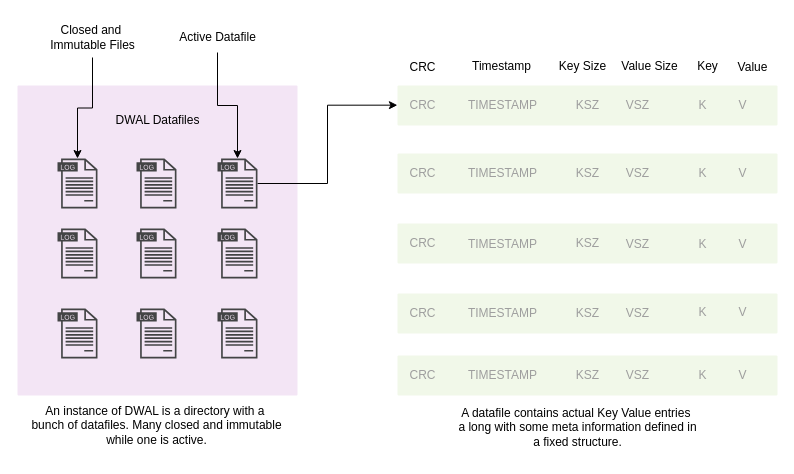
The draw.io diagram static/datafiles.drawio in Clivern/Langmore, before the edit. Source tidied: cells renumbered, new cells numbered last; positions are measured from the earlier drawing's top-left corner, leaving out a move shared by most shapes. Both pictures are drawn from the tidied source at 100%, with x=0, y=0 at pixel (17, 17).
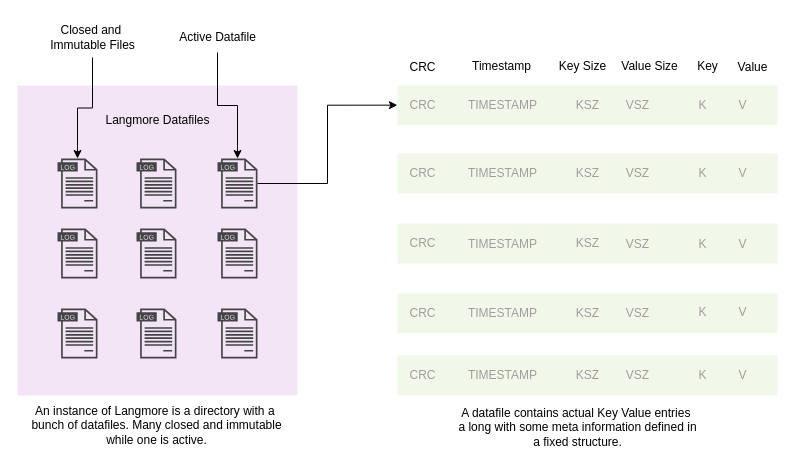
Above is the later version.

Change to the diagram source:
```diff
@@
-    <mxCell id="13" value="DWAL Datafiles" style="text;html=1;align=center;verticalAlign=middle;strokeColor=none;fillColor=none;" parent="1" vertex="1">
-      <mxGeometry x="85" y="88" width="110" height="30" as="geometry" />
+    <mxCell id="13" value="Langmore Datafiles" style="text;html=1;align=center;verticalAlign=middle;strokeColor=none;fillColor=none;" parent="1" vertex="1">
+      <mxGeometry x="75" y="88" width="130" height="30" as="geometry" />
     </mxCell>
@@
-    <mxCell id="60" value="&lt;div&gt;&lt;span style=&quot;font-size: 12px;&quot;&gt;An instance of DWAL is a directory with a&amp;nbsp;&lt;/span&gt;&lt;/div&gt;&lt;div&gt;&lt;span style=&quot;font-size: 12px;&quot;&gt;bunch of datafiles. Many closed and immutable&lt;/span&gt;&lt;/div&gt;&lt;div&gt;&lt;span style=&quot;font-size: 12px;&quot;&gt;while one is active.&lt;/span&gt;&lt;/div&gt;" style="text;html=1;align=center;verticalAlign=middle;strokeColor=none;fillColor=none;" parent="1" vertex="1">
+    <mxCell id="60" value="&lt;div&gt;&lt;span style=&quot;font-size: 12px;&quot;&gt;An instance of Langmore is a directory with a&amp;nbsp;&lt;/span&gt;&lt;/div&gt;&lt;div&gt;&lt;span style=&quot;font-size: 12px;&quot;&gt;bunch of datafiles. Many closed and immutable&lt;/span&gt;&lt;/div&gt;&lt;div&gt;&lt;span style=&quot;font-size: 12px;&quot;&gt;while one is active.&lt;/span&gt;&lt;/div&gt;" style="text;html=1;align=center;verticalAlign=middle;strokeColor=none;fillColor=none;" parent="1" vertex="1">
       <mxGeometry x="4" y="378" width="270" height="60" as="geometry" />
     </mxCell>
```
